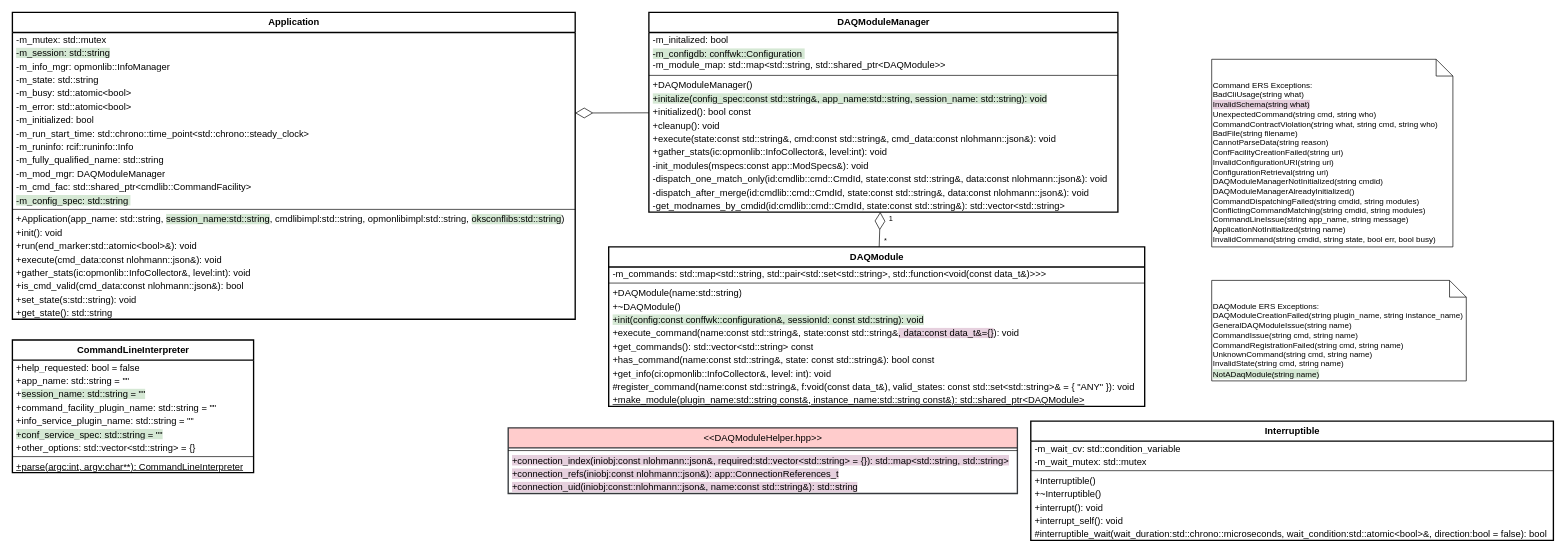
Before: page "OKS config plain" (2 of 3) of docs/appfwk.drawio in DUNE-DAQ/appfwk, a draw.io diagram. Source tidied: cells renumbered, new cells numbered last; positions are measured from the earlier drawing's top-left corner, leaving out a move shared by most shapes. Both pictures are drawn from the tidied source at 67%, with x=0, y=0 at pixel (12, 12).
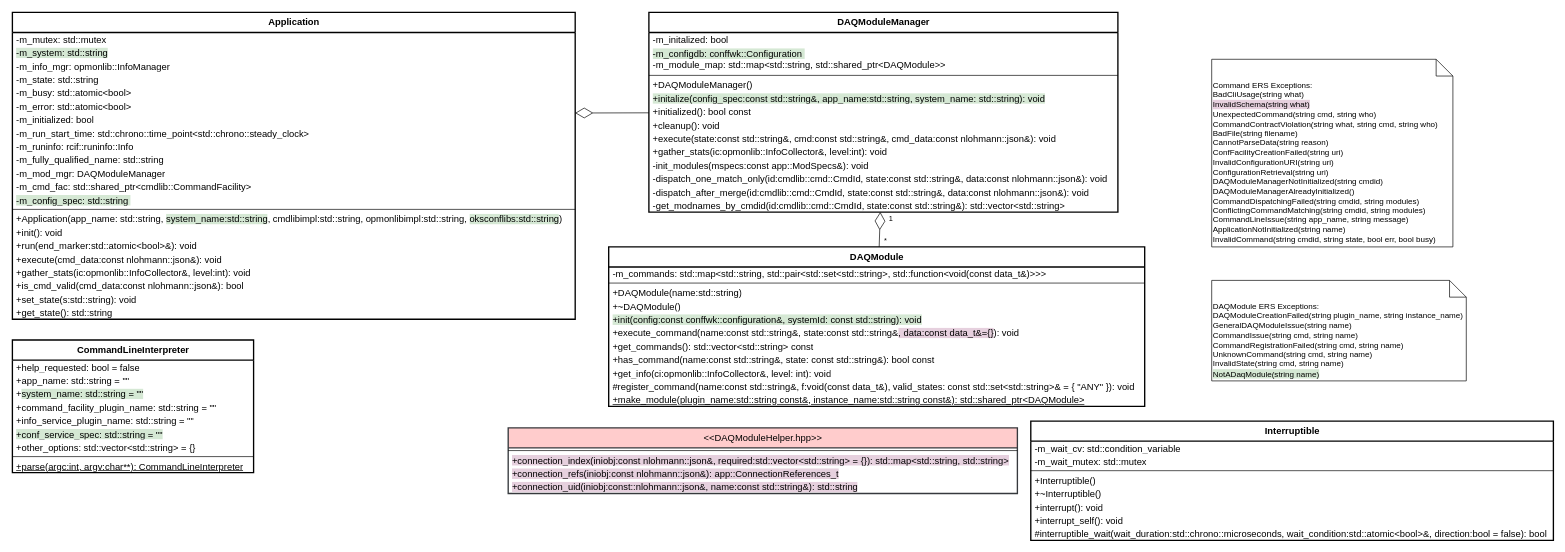
Above is the later version.

The change refers to these unchanged cells:
```xml
<mxCell id="2" value="&lt;b&gt;Application&lt;br&gt;&lt;/b&gt;" style="swimlane;fontStyle=0;align=center;verticalAlign=top;horizontal=1;startSize=30;html=1;fontFamily=Helvetica;fontSize=14;strokeWidth=2;fillColor=default;" parent="1" vertex="1">
  <mxGeometry width="840" height="458" as="geometry" />
</mxCell>
<mxCell id="25" value="&lt;b&gt;DAQModuleManager&lt;br&gt;&lt;/b&gt;" style="swimlane;fontStyle=0;align=center;verticalAlign=top;horizontal=1;startSize=30;html=1;fontFamily=Helvetica;fontSize=14;strokeWidth=2;fillColor=default;" parent="1" vertex="1">
  <mxGeometry x="950" width="700" height="298" as="geometry" />
</mxCell>
<mxCell id="39" value="&lt;b&gt;DAQModule&lt;br&gt;&lt;/b&gt;" style="swimlane;fontStyle=0;align=center;verticalAlign=top;horizontal=1;startSize=30;html=1;fontFamily=Helvetica;fontSize=14;strokeWidth=2;fillColor=default;" parent="1" vertex="1">
  <mxGeometry x="890" y="350" width="800" height="238" as="geometry" />
</mxCell>
<mxCell id="51" value="&lt;b&gt;CommandLineInterpreter&lt;br&gt;&lt;/b&gt;" style="swimlane;fontStyle=0;align=center;verticalAlign=top;horizontal=1;startSize=30;html=1;fontFamily=Helvetica;fontSize=14;strokeWidth=2;fillColor=default;" parent="1" vertex="1">
  <mxGeometry y="489" width="360" height="198" as="geometry" />
</mxCell>
```

The edit, as a diff of the source:
```diff
@@
-    <mxCell id="4" value="&lt;span style=&quot;background-color: rgb(213, 232, 212);&quot;&gt;-m_session: std::string&lt;/span&gt;" style="text;html=1;strokeColor=none;fillColor=none;align=left;verticalAlign=middle;spacingLeft=4;spacingRight=4;overflow=hidden;fontFamily=Helvetica;fontSize=14;" parent="2" vertex="1">
+    <mxCell id="4" value="&lt;span style=&quot;background-color: rgb(213, 232, 212);&quot;&gt;-m_system: std::string&lt;/span&gt;" style="text;html=1;strokeColor=none;fillColor=none;align=left;verticalAlign=middle;spacingLeft=4;spacingRight=4;overflow=hidden;fontFamily=Helvetica;fontSize=14;" parent="2" vertex="1">
       <mxGeometry y="50" width="840" height="20" as="geometry" />
     </mxCell>
@@
-    <mxCell id="17" value="+Application(app_name: std::string, &lt;span style=&quot;background-color: rgb(213, 232, 212);&quot;&gt;session_name:std::string&lt;/span&gt;, cmdlibimpl:std::string, opmonlibimpl:std::string, &lt;span style=&quot;background-color: rgb(213, 232, 212);&quot;&gt;oksconflibs:std::string&lt;/span&gt;)" style="text;html=1;strokeColor=none;fillColor=none;align=left;verticalAlign=middle;spacingLeft=4;spacingRight=4;overflow=hidden;fontFamily=Helvetica;fontSize=14;" parent="2" vertex="1">
+    <mxCell id="17" value="+Application(app_name: std::string, &lt;span style=&quot;background-color: rgb(213, 232, 212);&quot;&gt;system_name:std::string&lt;/span&gt;, cmdlibimpl:std::string, opmonlibimpl:std::string, &lt;span style=&quot;background-color: rgb(213, 232, 212);&quot;&gt;oksconflibs:std::string&lt;/span&gt;)" style="text;html=1;strokeColor=none;fillColor=none;align=left;verticalAlign=middle;spacingLeft=4;spacingRight=4;overflow=hidden;fontFamily=Helvetica;fontSize=14;" parent="2" vertex="1">
       <mxGeometry y="298" width="840" height="20" as="geometry" />
     </mxCell>
@@
-    <mxCell id="30" value="&lt;span style=&quot;background-color: rgb(213, 232, 212);&quot;&gt;+initalize(config_spec:const std::string&amp;amp;, app_name:std::string, session_name: std::string): void&lt;/span&gt;" style="text;html=1;strokeColor=none;fillColor=none;align=left;verticalAlign=middle;spacingLeft=4;spacingRight=4;overflow=hidden;fontFamily=Helvetica;fontSize=14;" parent="25" vertex="1">
+    <mxCell id="30" value="&lt;span style=&quot;background-color: rgb(213, 232, 212);&quot;&gt;+initalize(config_spec:const std::string&amp;amp;, app_name:std::string, system_name: std::string): void&lt;/span&gt;" style="text;html=1;strokeColor=none;fillColor=none;align=left;verticalAlign=middle;spacingLeft=4;spacingRight=4;overflow=hidden;fontFamily=Helvetica;fontSize=14;" parent="25" vertex="1">
       <mxGeometry y="118" width="700" height="20" as="geometry" />
     </mxCell>
@@
-    <mxCell id="44" value="&lt;span style=&quot;background-color: rgb(213, 232, 212);&quot;&gt;+init(config:const conffwk::configuration&amp;amp;, sessionId: const std::string): void&lt;/span&gt;" style="text;html=1;strokeColor=none;fillColor=none;align=left;verticalAlign=middle;spacingLeft=4;spacingRight=4;overflow=hidden;fontFamily=Helvetica;fontSize=14;" parent="39" vertex="1">
+    <mxCell id="44" value="&lt;span style=&quot;background-color: rgb(213, 232, 212);&quot;&gt;+init(config:const conffwk::configuration&amp;amp;, systemId: const std::string): void&lt;/span&gt;" style="text;html=1;strokeColor=none;fillColor=none;align=left;verticalAlign=middle;spacingLeft=4;spacingRight=4;overflow=hidden;fontFamily=Helvetica;fontSize=14;" parent="39" vertex="1">
       <mxGeometry y="98" width="800" height="20" as="geometry" />
     </mxCell>
@@
-    <mxCell id="54" value="+&lt;span style=&quot;background-color: rgb(213, 232, 212);&quot;&gt;session_name: std::string = &quot;&quot;&lt;/span&gt;" style="text;html=1;strokeColor=none;fillColor=none;align=left;verticalAlign=middle;spacingLeft=4;spacingRight=4;overflow=hidden;fontFamily=Helvetica;fontSize=14;" parent="51" vertex="1">
+    <mxCell id="54" value="+&lt;span style=&quot;background-color: rgb(213, 232, 212);&quot;&gt;system_name: std::string = &quot;&quot;&lt;/span&gt;" style="text;html=1;strokeColor=none;fillColor=none;align=left;verticalAlign=middle;spacingLeft=4;spacingRight=4;overflow=hidden;fontFamily=Helvetica;fontSize=14;" parent="51" vertex="1">
       <mxGeometry y="70" width="360" height="20" as="geometry" />
     </mxCell>
```
